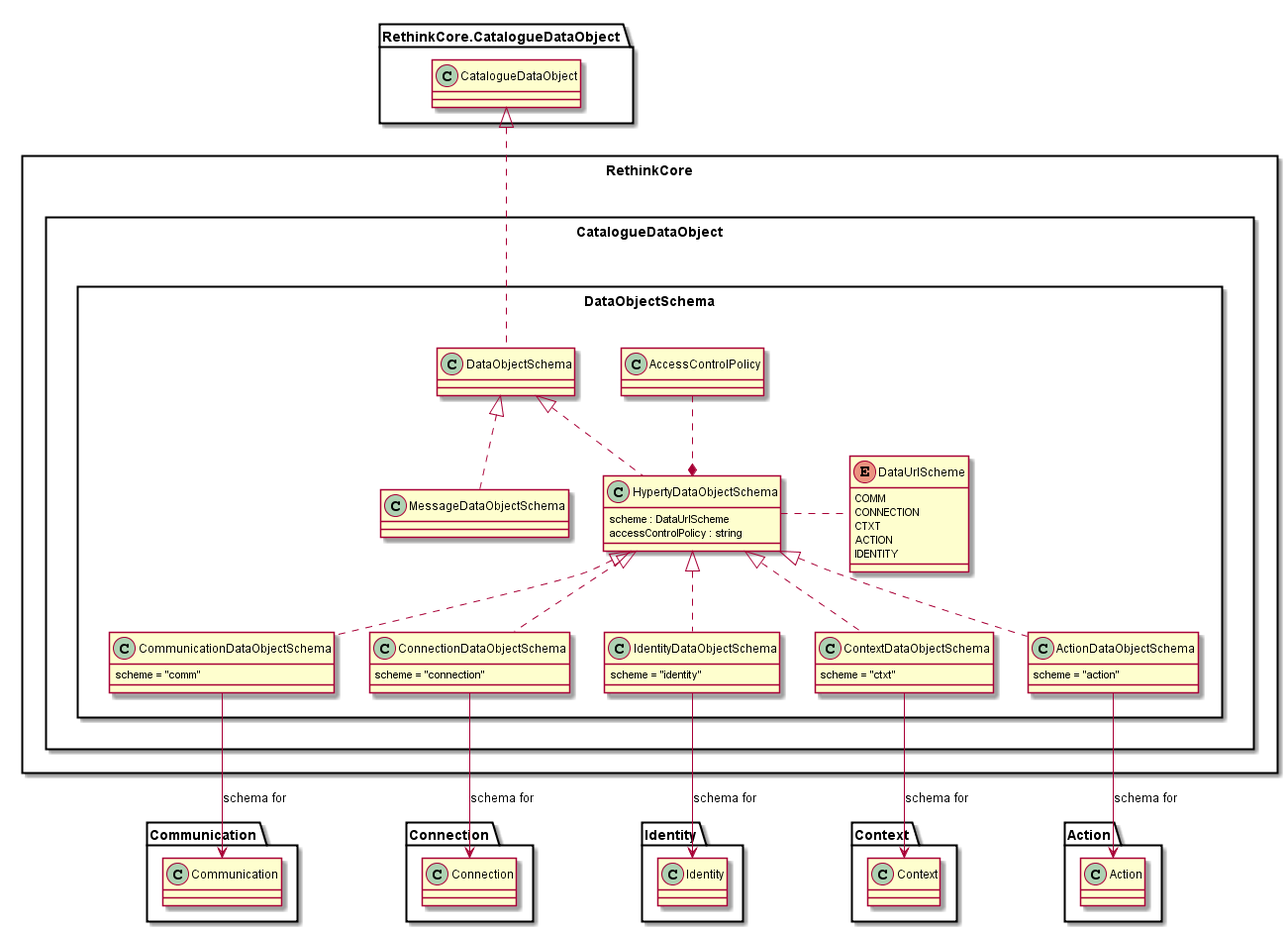
Above: docs/datamodel/core/hyperty-catalogue/Data-Object-Schema.png in reTHINK-project/dev-service-framework (PlantUML), before the change. Source of this version:
```plantuml
@startuml "../../docs/datamodel/core/hyperty-catalogue/Data-Object-Schema.png"

package RethinkCore <<Rect>> {

	package CatalogueDataObject <<Rect>> {

		package DataObjectSchema <<Rect>> {

			class DataObjectSchema {
			}

			class MessageDataObjectSchema {
			}

			enum DataUrlScheme {
				COMM
				CONNECTION
				CTXT
				ACTION
				IDENTITY
			}


			class HypertyDataObjectSchema {
		  	scheme : DataUrlScheme
				accessControlPolicy : string
			}

			HypertyDataObjectSchema .right. DataUrlScheme

			class AccessControlPolicy {
			}

			class CommunicationDataObjectSchema {
			scheme = "comm"
			}

			class ConnectionDataObjectSchema {
			scheme = "connection"
			}

			class IdentityDataObjectSchema {
			scheme = "identity"
			}

			class ContextDataObjectSchema {
			scheme = "ctxt"
			}

			class ActionDataObjectSchema {
			scheme = "action"
			}

			DataObjectSchema .up.|> RethinkCore.CatalogueDataObject.CatalogueDataObject

			MessageDataObjectSchema .up.|> DataObjectSchema

			HypertyDataObjectSchema .up.|> DataObjectSchema
			HypertyDataObjectSchema *.up. AccessControlPolicy

			CommunicationDataObjectSchema .up.|> HypertyDataObjectSchema

			ConnectionDataObjectSchema .up.|> HypertyDataObjectSchema
			IdentityDataObjectSchema .up.|> HypertyDataObjectSchema
			ContextDataObjectSchema .up.|> HypertyDataObjectSchema
			ActionDataObjectSchema .up.|> HypertyDataObjectSchema

			CommunicationDataObjectSchema -down-> Communication.Communication : schema for

			ConnectionDataObjectSchema -down-> Connection.Connection : schema for

			IdentityDataObjectSchema -down-> Identity.Identity : schema for

			ContextDataObjectSchema -down-> Context.Context : schema for
			ActionDataObjectSchema -down-> Action.Action : schema for
		}
	}
}
@enduml
```
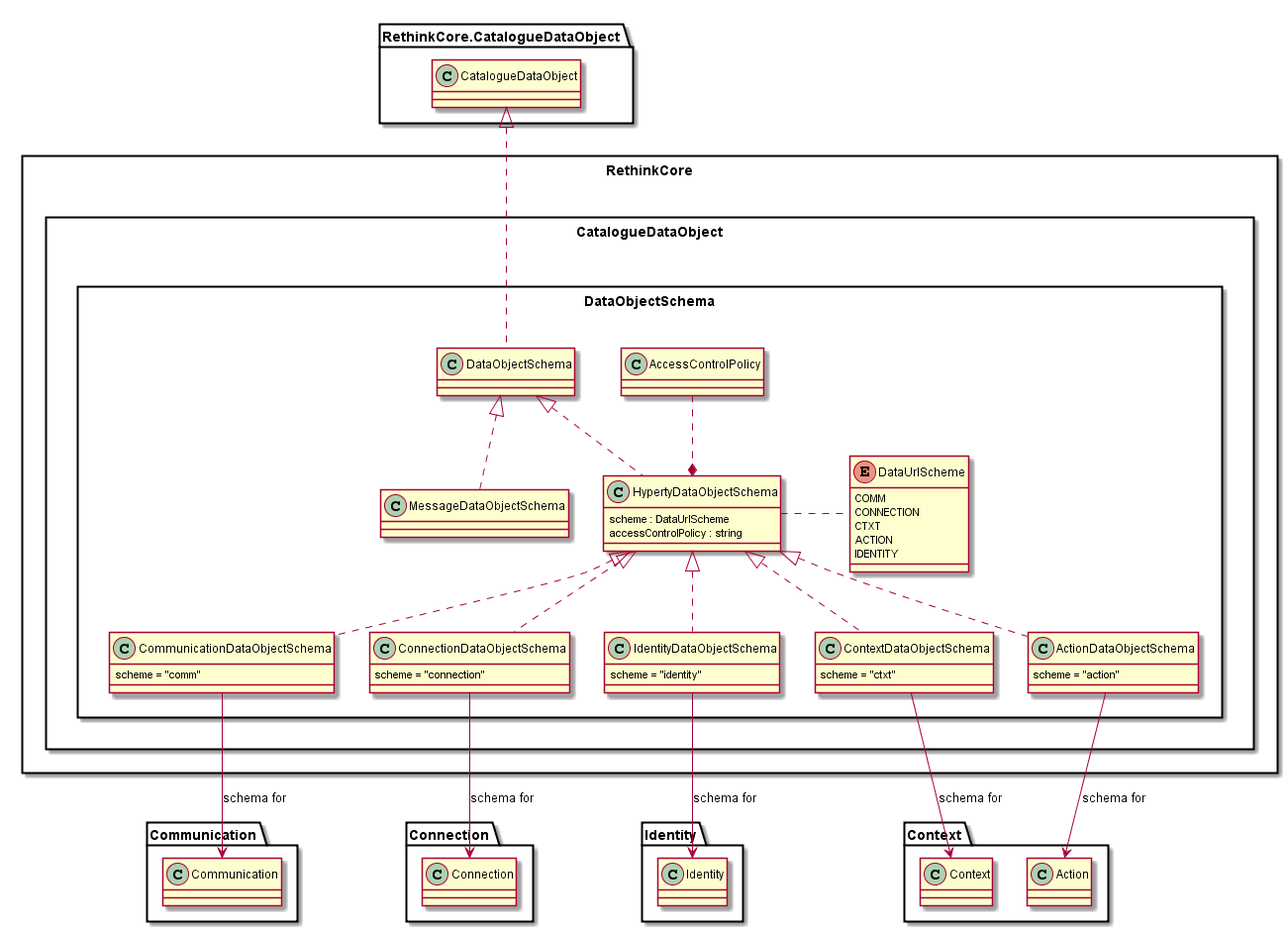
Above is the later version.

The edit, as a diff of the source:
```diff
@@ -72,7 +72,7 @@
 			IdentityDataObjectSchema -down-> Identity.Identity : schema for
 
 			ContextDataObjectSchema -down-> Context.Context : schema for
-			ActionDataObjectSchema -down-> Action.Action : schema for
+			ActionDataObjectSchema -down-> Context.Action : schema for
 		}
 	}
 }
```
